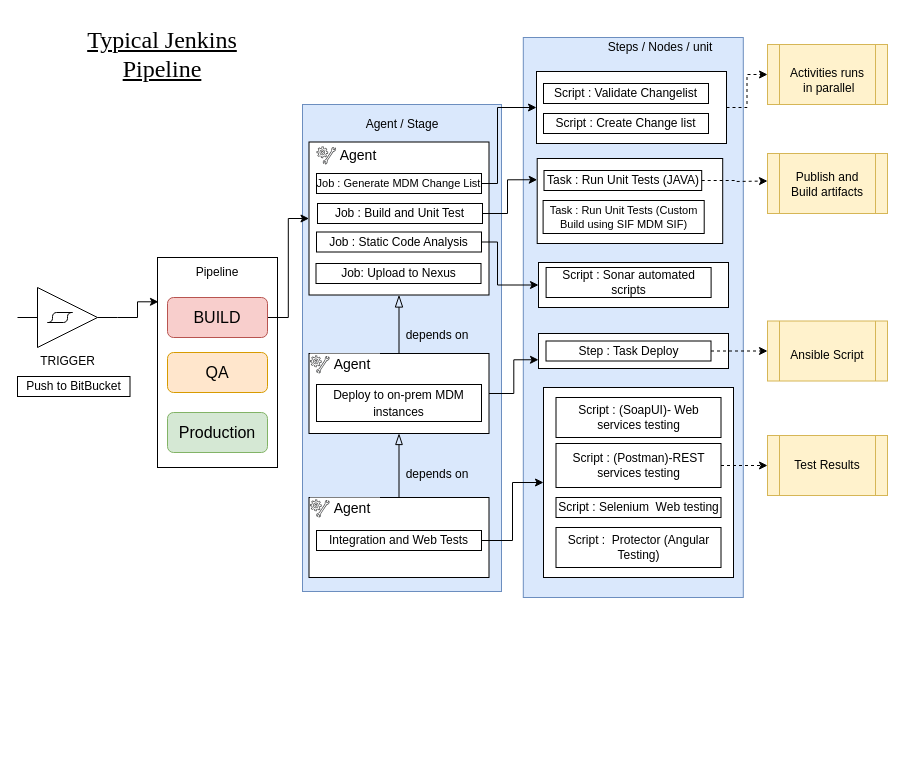
Before: page "Azure-MDM-Pipeline" (1 of 4) of EMA-RFP.drawio in biswarup81/drawings, a draw.io diagram. Source tidied: cells renumbered, new cells numbered last; positions are measured from the earlier drawing's top-left corner, leaving out a move shared by most shapes. Both pictures are drawn from the tidied source at 100%, with x=0, y=0 at pixel (17, 17).
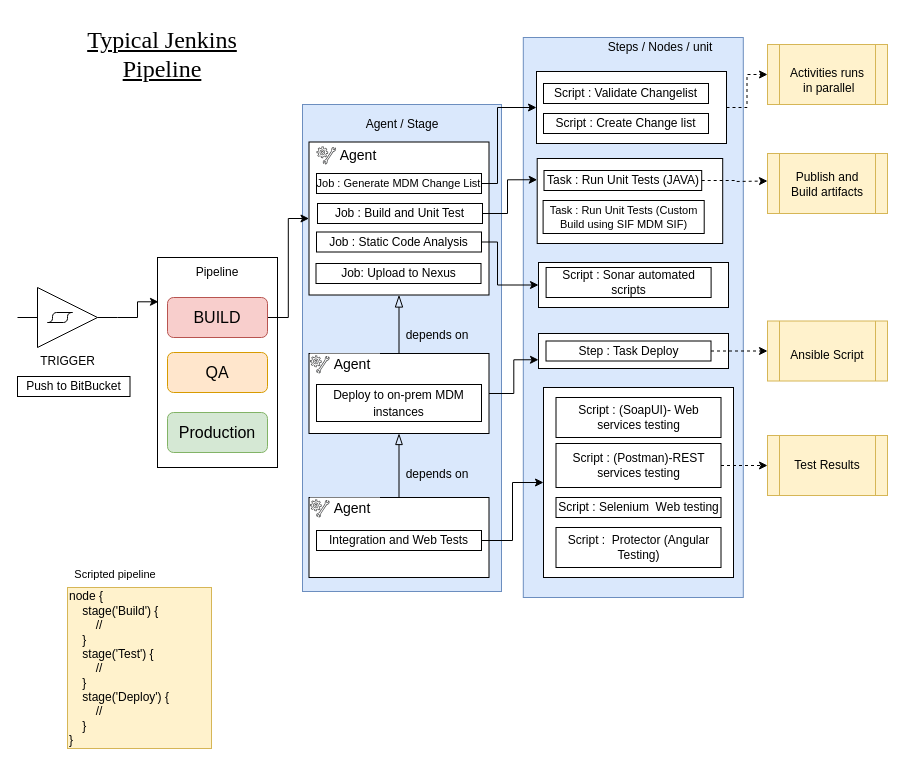
The same page after the edit.

Diff of the diagram source:
```diff
@@
+    <mxCell id="84" style="group;fillColor=#fff2cc;strokeColor=#d6b656;" parent="1" vertex="1">
+      <mxGeometry x="50" y="570" width="120" height="60" as="geometry" />
+    </mxCell>
+    <mxCell id="85" style="rounded=0;whiteSpace=wrap;html=1;shadow=0;labelBackgroundColor=#ffffff;sketch=0;fontFamily=Helvetica;fontSize=11;fillColor=#fff2cc;align=center;strokeColor=#d6b656;" parent="1" vertex="1">
+      <mxGeometry x="50" y="570" width="144" height="161" as="geometry" />
+    </mxCell>
+    <mxCell id="86" value="&lt;div&gt;node { &amp;nbsp;&lt;/div&gt;&lt;div&gt;&amp;nbsp; &amp;nbsp; stage('Build') {&amp;nbsp;&lt;/div&gt;&lt;div&gt;&amp;nbsp; &amp;nbsp; &amp;nbsp; &amp;nbsp; //&amp;nbsp;&lt;/div&gt;&lt;div&gt;&amp;nbsp; &amp;nbsp; }&lt;/div&gt;&lt;div&gt;&amp;nbsp; &amp;nbsp; stage('Test') {&amp;nbsp;&lt;/div&gt;&lt;div&gt;&amp;nbsp; &amp;nbsp; &amp;nbsp; &amp;nbsp; //&amp;nbsp;&lt;/div&gt;&lt;div&gt;&amp;nbsp; &amp;nbsp; }&lt;/div&gt;&lt;div&gt;&amp;nbsp; &amp;nbsp; stage('Deploy') {&amp;nbsp;&lt;/div&gt;&lt;div&gt;&amp;nbsp; &amp;nbsp; &amp;nbsp; &amp;nbsp; //&amp;nbsp;&lt;/div&gt;&lt;div&gt;&amp;nbsp; &amp;nbsp; }&lt;/div&gt;&lt;div&gt;&lt;div style=&quot;&quot;&gt;}&lt;/div&gt;&lt;/div&gt;" style="text;html=1;strokeColor=none;fillColor=none;align=left;verticalAlign=middle;whiteSpace=wrap;rounded=0;" parent="1" vertex="1">
+      <mxGeometry x="50" y="571" width="144" height="160" as="geometry" />
+    </mxCell>
+    <mxCell id="87" value="Scripted pipeline" style="text;html=1;strokeColor=none;fillColor=none;align=center;verticalAlign=middle;whiteSpace=wrap;rounded=0;shadow=0;labelBackgroundColor=#ffffff;sketch=0;fontFamily=Helvetica;fontSize=11;" parent="1" vertex="1">
+      <mxGeometry x="50" y="547" width="96" height="20" as="geometry" />
+    </mxCell>
```
